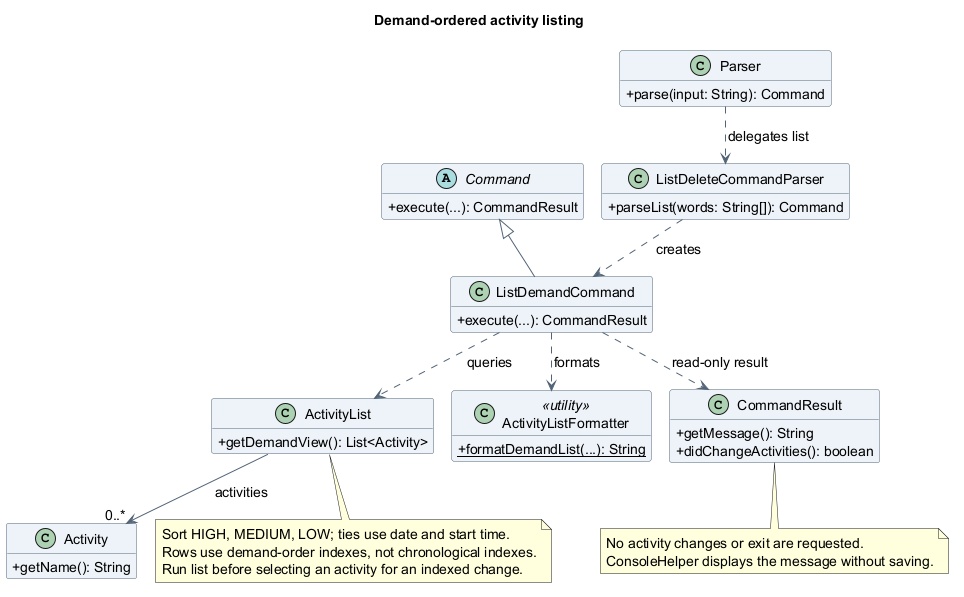
AY2627S1-CS2113-T10-4/tp keeps this PlantUML diagram as docs/images/asyraf/class/ListDemandClassDiagram.png. Above is the earlier version.
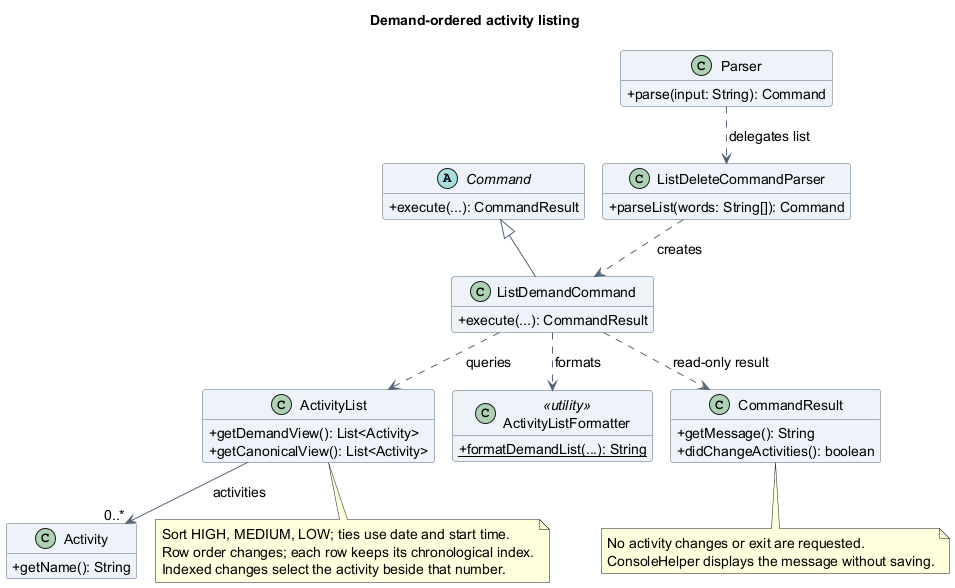
Later version of the same file.

Commit message:
fix(list): preserve chronological indexes in demand output

The edit, as a diff of the source:
```diff
@@ -25,6 +25,7 @@
 }
 class ActivityList {
   +getDemandView(): List<Activity>
+  +getCanonicalView(): List<Activity>
 }
 class Activity {
   +getName(): String
@@ -45,8 +46,8 @@
 ActivityList --> "0..*" Activity : activities
 note bottom of ActivityList
   Sort HIGH, MEDIUM, LOW; ties use date and start time.
-  Rows use demand-order indexes, not chronological indexes.
-  Run list before selecting an activity for an indexed change.
+  Row order changes; each row keeps its chronological index.
+  Indexed changes select the activity beside that number.
 end note
 note bottom of CommandResult
   No activity changes or exit are requested.
```
